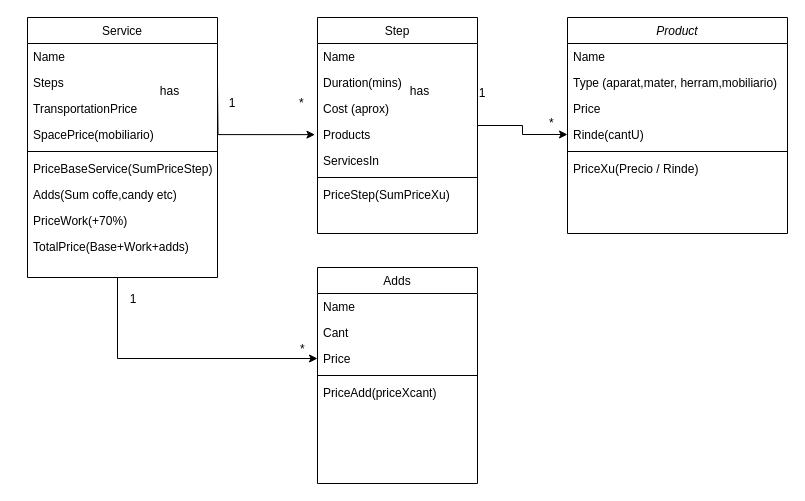
Above: ClassDiagramServicesPMS.drawio in DPeeta/miwebPrueba (draw.io), before the change. Source tidied: cells renumbered, new cells numbered last; positions are measured from the earlier drawing's top-left corner, leaving out a move shared by most shapes. Both pictures are drawn from the tidied source at 100%, with x=0, y=0 at pixel (27, 17).
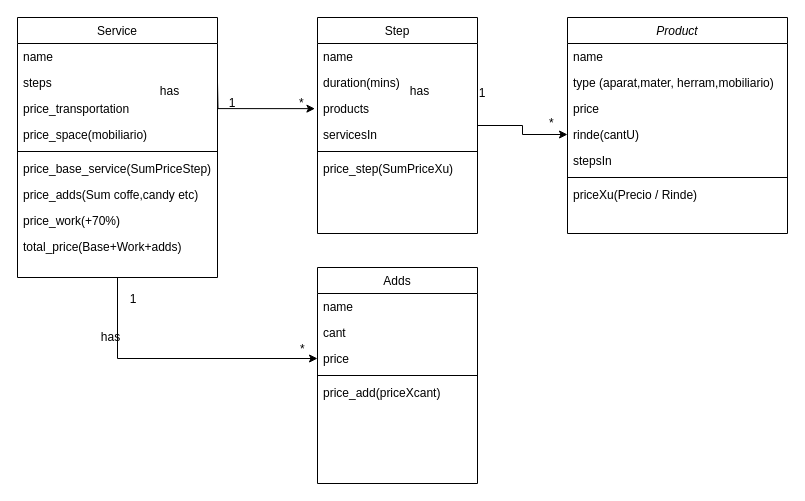
Above is the later version.

The change refers to these unchanged cells:
```xml
<mxCell id="2" value="Product" style="swimlane;fontStyle=2;align=center;verticalAlign=top;horizontal=1;startSize=26;rounded=0;shadow=0;strokeWidth=1;" parent="1" vertex="1">
  <mxGeometry x="540" width="220" height="216" as="geometry" />
</mxCell>
<mxCell id="9" style="endArrow=open;shadow=0;strokeWidth=1;rounded=0;endFill=1;edgeStyle=elbowEdgeStyle;elbow=vertical;entryX=-0.003;entryY=0.262;entryDx=0;entryDy=0;entryPerimeter=0;" parent="2" edge="1" source="2" target="5">
  <mxGeometry x="0.5" y="41" relative="1" as="geometry">
    <mxPoint x="-40" y="32" as="offset" />
  </mxGeometry>
</mxCell>
<mxCell id="30" value="Step" style="swimlane;fontStyle=0;align=center;verticalAlign=top;horizontal=1;startSize=26;rounded=0;shadow=0;strokeWidth=1;" parent="1" vertex="1">
  <mxGeometry x="290" width="160" height="216" as="geometry" />
</mxCell>
<mxCell id="39" value="Adds" style="swimlane;fontStyle=0;align=center;verticalAlign=top;horizontal=1;startSize=26;rounded=0;shadow=0;strokeWidth=1;" parent="1" vertex="1">
  <mxGeometry x="290" y="250" width="160" height="216" as="geometry" />
</mxCell>
```

Diff of the diagram source:
```diff
@@
-    <mxCell id="3" value="Name" style="text;align=left;verticalAlign=top;spacingLeft=4;spacingRight=4;overflow=hidden;" parent="2" vertex="1">
+    <mxCell id="3" value="name" style="text;align=left;verticalAlign=top;spacingLeft=4;spacingRight=4;overflow=hidden;" parent="2" vertex="1">
       <mxGeometry y="26" width="220" height="26" as="geometry" />
     </mxCell>
-    <mxCell id="4" value="Type (aparat,mater, herram,mobiliario)" style="text;align=left;verticalAlign=top;spacingLeft=4;spacingRight=4;overflow=hidden;rounded=0;shadow=0;html=0;" parent="2" vertex="1">
+    <mxCell id="4" value="type (aparat,mater, herram,mobiliario)" style="text;align=left;verticalAlign=top;spacingLeft=4;spacingRight=4;overflow=hidden;rounded=0;shadow=0;html=0;" parent="2" vertex="1">
       <mxGeometry y="52" width="220" height="26" as="geometry" />
     </mxCell>
-    <mxCell id="5" value="Price" style="text;align=left;verticalAlign=top;spacingLeft=4;spacingRight=4;overflow=hidden;points=[[0,0.5],[1,0.5]];portConstraint=eastwest;rounded=0;shadow=0;html=0;" parent="2" vertex="1">
+    <mxCell id="5" value="price" style="text;align=left;verticalAlign=top;spacingLeft=4;spacingRight=4;overflow=hidden;points=[[0,0.5],[1,0.5]];portConstraint=eastwest;rounded=0;shadow=0;html=0;" parent="2" vertex="1">
       <mxGeometry y="78" width="220" height="26" as="geometry" />
     </mxCell>
-    <mxCell id="6" value="Rinde(cantU)" style="text;align=left;verticalAlign=top;spacingLeft=4;spacingRight=4;overflow=hidden;points=[[0,0.5],[1,0.5]];portConstraint=eastwest;rounded=0;shadow=0;html=0;" parent="2" vertex="1">
+    <mxCell id="6" value="rinde(cantU)" style="text;align=left;verticalAlign=top;spacingLeft=4;spacingRight=4;overflow=hidden;points=[[0,0.5],[1,0.5]];portConstraint=eastwest;rounded=0;shadow=0;html=0;" parent="2" vertex="1">
       <mxGeometry y="104" width="220" height="26" as="geometry" />
     </mxCell>
+    <mxCell id="45" value="stepsIn" style="text;align=left;verticalAlign=top;spacingLeft=4;spacingRight=4;overflow=hidden;rounded=0;shadow=0;html=0;" parent="2" vertex="1">
+      <mxGeometry y="130" width="220" height="26" as="geometry" />
+    </mxCell>
     <mxCell id="7" style="line;html=1;strokeWidth=1;align=left;verticalAlign=middle;spacingTop=-1;spacingLeft=3;spacingRight=3;labelPosition=right;" parent="2" vertex="1">
-      <mxGeometry y="130" width="220" height="8" as="geometry" />
+      <mxGeometry y="156" width="220" height="8" as="geometry" />
     </mxCell>
-    <mxCell id="8" value="PriceXu(Precio / Rinde)" style="text;align=left;verticalAlign=top;spacingLeft=4;spacingRight=4;overflow=hidden;" parent="2" vertex="1">
-      <mxGeometry y="138" width="220" height="26" as="geometry" />
+    <mxCell id="8" value="priceXu(Precio / Rinde)" style="text;align=left;verticalAlign=top;spacingLeft=4;spacingRight=4;overflow=hidden;" parent="2" vertex="1">
+      <mxGeometry y="164" width="220" height="26" as="geometry" />
     </mxCell>
@@
+    <mxCell id="46" value="has" style="text;html=1;align=center;verticalAlign=middle;labelBackgroundColor=none;rounded=0;shadow=0;strokeWidth=1;fontSize=12;" parent="9" vertex="1">
+      <mxGeometry x="0.5" y="49" relative="1" as="geometry">
+        <mxPoint x="-408" y="235" as="offset" />
+      </mxGeometry>
+    </mxCell>
@@
     <mxCell id="19" value="Service" style="swimlane;fontStyle=0;align=center;verticalAlign=top;horizontal=1;startSize=26;rounded=0;shadow=0;strokeWidth=1;" parent="1" vertex="1">
-      <mxGeometry width="190" height="260" as="geometry" />
+      <mxGeometry x="-10" width="200" height="260" as="geometry" />
     </mxCell>
-    <mxCell id="20" value="Name" style="text;align=left;verticalAlign=top;spacingLeft=4;spacingRight=4;overflow=hidden;" parent="19" vertex="1">
-      <mxGeometry y="26" width="190" height="26" as="geometry" />
+    <mxCell id="20" value="name" style="text;align=left;verticalAlign=top;spacingLeft=4;spacingRight=4;overflow=hidden;" parent="19" vertex="1">
+      <mxGeometry y="26" width="200" height="26" as="geometry" />
     </mxCell>
-    <mxCell id="21" value="Steps" style="text;align=left;verticalAlign=top;spacingLeft=4;spacingRight=4;overflow=hidden;" parent="19" vertex="1">
-      <mxGeometry y="52" width="190" height="26" as="geometry" />
+    <mxCell id="21" value="steps" style="text;align=left;verticalAlign=top;spacingLeft=4;spacingRight=4;overflow=hidden;" parent="19" vertex="1">
+      <mxGeometry y="52" width="200" height="26" as="geometry" />
     </mxCell>
-    <mxCell id="22" value="TransportationPrice" style="text;align=left;verticalAlign=top;spacingLeft=4;spacingRight=4;overflow=hidden;" parent="19" vertex="1">
-      <mxGeometry y="78" width="190" height="26" as="geometry" />
+    <mxCell id="22" value="price_transportation" style="text;align=left;verticalAlign=top;spacingLeft=4;spacingRight=4;overflow=hidden;" parent="19" vertex="1">
+      <mxGeometry y="78" width="200" height="26" as="geometry" />
     </mxCell>
-    <mxCell id="23" value="SpacePrice(mobiliario)" style="text;align=left;verticalAlign=top;spacingLeft=4;spacingRight=4;overflow=hidden;" parent="19" vertex="1">
-      <mxGeometry y="104" width="190" height="26" as="geometry" />
+    <mxCell id="23" value="price_space(mobiliario)" style="text;align=left;verticalAlign=top;spacingLeft=4;spacingRight=4;overflow=hidden;" parent="19" vertex="1">
+      <mxGeometry y="104" width="200" height="26" as="geometry" />
     </mxCell>
     <mxCell id="24" style="line;html=1;strokeWidth=1;align=left;verticalAlign=middle;spacingTop=-1;spacingLeft=3;spacingRight=3;labelPosition=right;" parent="19" vertex="1">
-      <mxGeometry y="130" width="190" height="8" as="geometry" />
+      <mxGeometry y="130" width="200" height="8" as="geometry" />
     </mxCell>
-    <mxCell id="25" value="PriceBaseService(SumPriceStep)" style="text;align=left;verticalAlign=top;spacingLeft=4;spacingRight=4;overflow=hidden;" parent="19" vertex="1">
-      <mxGeometry y="138" width="190" height="26" as="geometry" />
+    <mxCell id="25" value="price_base_service(SumPriceStep)" style="text;align=left;verticalAlign=top;spacingLeft=4;spacingRight=4;overflow=hidden;" parent="19" vertex="1">
+      <mxGeometry y="138" width="200" height="26" as="geometry" />
     </mxCell>
-    <mxCell id="26" value="Adds(Sum coffe,candy etc)" style="text;align=left;verticalAlign=top;spacingLeft=4;spacingRight=4;overflow=hidden;" parent="19" vertex="1">
-      <mxGeometry y="164" width="190" height="26" as="geometry" />
+    <mxCell id="26" value="price_adds(Sum coffe,candy etc)" style="text;align=left;verticalAlign=top;spacingLeft=4;spacingRight=4;overflow=hidden;" parent="19" vertex="1">
+      <mxGeometry y="164" width="200" height="26" as="geometry" />
     </mxCell>
-    <mxCell id="27" value="PriceWork(+70%)" style="text;align=left;verticalAlign=top;spacingLeft=4;spacingRight=4;overflow=hidden;" parent="19" vertex="1">
-      <mxGeometry y="190" width="190" height="26" as="geometry" />
+    <mxCell id="27" value="price_work(+70%)" style="text;align=left;verticalAlign=top;spacingLeft=4;spacingRight=4;overflow=hidden;" parent="19" vertex="1">
+      <mxGeometry y="190" width="200" height="26" as="geometry" />
     </mxCell>
-    <mxCell id="28" value="TotalPrice(Base+Work+adds)" style="text;align=left;verticalAlign=top;spacingLeft=4;spacingRight=4;overflow=hidden;" parent="19" vertex="1">
-      <mxGeometry y="216" width="190" height="26" as="geometry" />
+    <mxCell id="28" value="total_price(Base+Work+adds)" style="text;align=left;verticalAlign=top;spacingLeft=4;spacingRight=4;overflow=hidden;" parent="19" vertex="1">
+      <mxGeometry y="216" width="200" height="26" as="geometry" />
     </mxCell>
@@
-    <mxCell id="31" value="Name" style="text;align=left;verticalAlign=top;spacingLeft=4;spacingRight=4;overflow=hidden;" parent="30" vertex="1">
+    <mxCell id="31" value="name" style="text;align=left;verticalAlign=top;spacingLeft=4;spacingRight=4;overflow=hidden;" parent="30" vertex="1">
       <mxGeometry y="26" width="160" height="26" as="geometry" />
     </mxCell>
-    <mxCell id="32" value="Duration(mins)" style="text;align=left;verticalAlign=top;spacingLeft=4;spacingRight=4;overflow=hidden;rounded=0;shadow=0;html=0;" parent="30" vertex="1">
+    <mxCell id="32" value="duration(mins)" style="text;align=left;verticalAlign=top;spacingLeft=4;spacingRight=4;overflow=hidden;rounded=0;shadow=0;html=0;" parent="30" vertex="1">
       <mxGeometry y="52" width="160" height="26" as="geometry" />
     </mxCell>
-    <mxCell id="33" value="Cost (aprox)" style="text;align=left;verticalAlign=top;spacingLeft=4;spacingRight=4;overflow=hidden;rounded=0;shadow=0;html=0;" parent="30" vertex="1">
-      <mxGeometry y="78" width="160" height="26" as="geometry" />
-    </mxCell>
-    <mxCell id="34" value="Products" style="text;align=left;verticalAlign=top;spacingLeft=4;spacingRight=4;overflow=hidden;points=[[0,0.5],[1,0.5]];portConstraint=eastwest;rounded=0;shadow=0;html=0;" parent="30" vertex="1">
-      <mxGeometry y="104" width="160" height="26" as="geometry" />
+    <mxCell id="34" value="products" style="text;align=left;verticalAlign=top;spacingLeft=4;spacingRight=4;overflow=hidden;points=[[0,0.5],[1,0.5]];portConstraint=eastwest;rounded=0;shadow=0;html=0;" parent="30" vertex="1">
+      <mxGeometry y="78" width="160" height="26" as="geometry" />
     </mxCell>
-    <mxCell id="35" value="ServicesIn" style="text;align=left;verticalAlign=top;spacingLeft=4;spacingRight=4;overflow=hidden;" parent="30" vertex="1">
-      <mxGeometry y="130" width="160" height="26" as="geometry" />
+    <mxCell id="35" value="servicesIn" style="text;align=left;verticalAlign=top;spacingLeft=4;spacingRight=4;overflow=hidden;" parent="30" vertex="1">
+      <mxGeometry y="104" width="160" height="26" as="geometry" />
     </mxCell>
     <mxCell id="36" style="line;html=1;strokeWidth=1;align=left;verticalAlign=middle;spacingTop=-1;spacingLeft=3;spacingRight=3;labelPosition=right;" parent="30" vertex="1">
-      <mxGeometry y="156" width="160" height="8" as="geometry" />
+      <mxGeometry y="130" width="160" height="8" as="geometry" />
     </mxCell>
-    <mxCell id="37" value="PriceStep(SumPriceXu)" style="text;align=left;verticalAlign=top;spacingLeft=4;spacingRight=4;overflow=hidden;" parent="30" vertex="1">
-      <mxGeometry y="164" width="160" height="26" as="geometry" />
+    <mxCell id="37" value="price_step(SumPriceXu)" style="text;align=left;verticalAlign=top;spacingLeft=4;spacingRight=4;overflow=hidden;" parent="30" vertex="1">
+      <mxGeometry y="138" width="160" height="26" as="geometry" />
     </mxCell>
@@
-    <mxCell id="40" value="Name" style="text;align=left;verticalAlign=top;spacingLeft=4;spacingRight=4;overflow=hidden;" parent="39" vertex="1">
+    <mxCell id="40" value="name" style="text;align=left;verticalAlign=top;spacingLeft=4;spacingRight=4;overflow=hidden;" parent="39" vertex="1">
       <mxGeometry y="26" width="160" height="26" as="geometry" />
     </mxCell>
-    <mxCell id="41" value="Cant" style="text;align=left;verticalAlign=top;spacingLeft=4;spacingRight=4;overflow=hidden;" parent="39" vertex="1">
+    <mxCell id="41" value="cant" style="text;align=left;verticalAlign=top;spacingLeft=4;spacingRight=4;overflow=hidden;" parent="39" vertex="1">
       <mxGeometry y="52" width="160" height="26" as="geometry" />
     </mxCell>
-    <mxCell id="42" value="Price" style="text;align=left;verticalAlign=top;spacingLeft=4;spacingRight=4;overflow=hidden;rounded=0;shadow=0;html=0;" parent="39" vertex="1">
+    <mxCell id="42" value="price" style="text;align=left;verticalAlign=top;spacingLeft=4;spacingRight=4;overflow=hidden;rounded=0;shadow=0;html=0;" parent="39" vertex="1">
       <mxGeometry y="78" width="160" height="26" as="geometry" />
     </mxCell>
@@
-    <mxCell id="44" value="PriceAdd(priceXcant)" style="text;align=left;verticalAlign=top;spacingLeft=4;spacingRight=4;overflow=hidden;rounded=0;shadow=0;html=0;" parent="39" vertex="1">
+    <mxCell id="44" value="price_add(priceXcant)" style="text;align=left;verticalAlign=top;spacingLeft=4;spacingRight=4;overflow=hidden;rounded=0;shadow=0;html=0;" parent="39" vertex="1">
       <mxGeometry y="112" width="160" height="26" as="geometry" />
     </mxCell>
```
